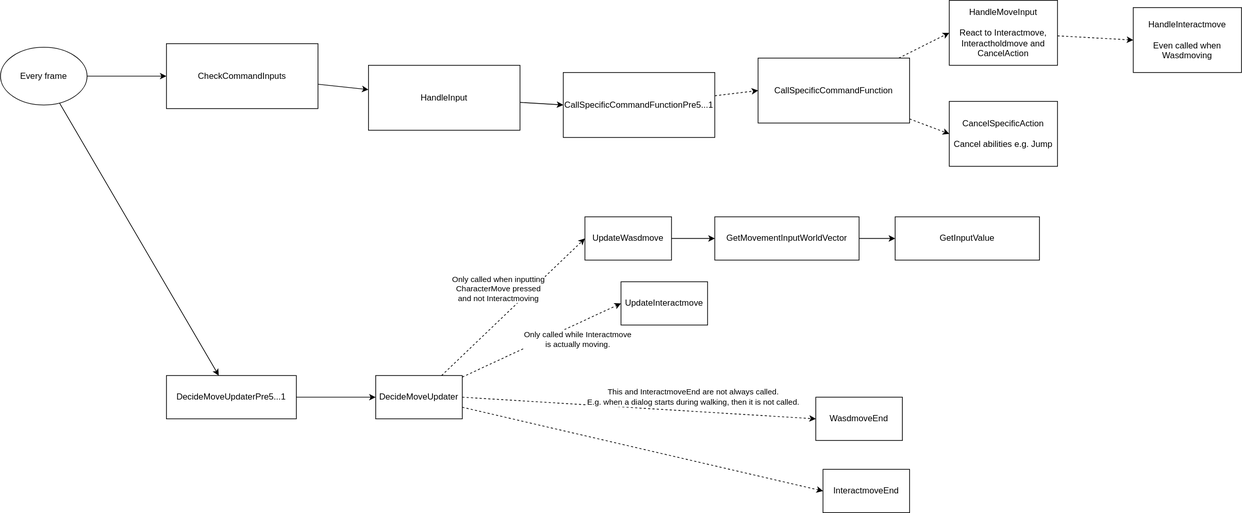
The draw.io diagram doc/input_program_flow.drawio.svg in Ch4nKyy/BG3WASD, before a commit. Source tidied: cells renumbered, new cells last; positions are measured from the earlier drawing's top-left corner, leaving out a move shared by most shapes. The source it was exported from:
```xml
<mxGraphModel>
  <root>
    <mxCell id="0" />
    <mxCell id="1" parent="0" />
    <mxCell id="2" style="edgeStyle=none;html=1;entryX=0;entryY=0.5;entryDx=0;entryDy=0;" parent="1" edge="1" source="3" target="32">
      <mxGeometry relative="1" as="geometry" />
    </mxCell>
    <mxCell id="3" value="UpdateWasdmove" style="rounded=0;whiteSpace=wrap;html=1;" parent="1" vertex="1">
      <mxGeometry x="810" y="300" width="120" height="60" as="geometry" />
    </mxCell>
    <mxCell id="4" value="UpdateInteractmove" style="rounded=0;whiteSpace=wrap;html=1;" parent="1" vertex="1">
      <mxGeometry x="860" y="390" width="120" height="60" as="geometry" />
    </mxCell>
    <mxCell id="5" value="Only called when inputting&lt;br&gt;CharacterMove pressed&lt;br&gt;and not Interactmoving" style="edgeStyle=none;html=1;entryX=0;entryY=0.5;entryDx=0;entryDy=0;dashed=1;" parent="1" edge="1" source="10" target="3">
      <mxGeometry x="0.02" y="32" relative="1" as="geometry" />
    </mxCell>
    <mxCell id="6" value="Only called while Interactmove&lt;br&gt;is actually moving." style="edgeStyle=none;html=1;entryX=0;entryY=0.5;entryDx=0;entryDy=0;dashed=1;" parent="1" edge="1" source="10" target="4">
      <mxGeometry x="0.38" y="-20" relative="1" as="geometry" />
    </mxCell>
    <mxCell id="7" style="edgeStyle=none;html=1;exitX=1;exitY=0.5;exitDx=0;exitDy=0;entryX=0;entryY=0.5;entryDx=0;entryDy=0;dashed=1;" parent="1" edge="1" source="10" target="18">
      <mxGeometry relative="1" as="geometry" />
    </mxCell>
    <mxCell id="8" value="This and InteractmoveEnd are not always called.&lt;br&gt;E.g. when a dialog starts during walking, then it is not called." style="edgeLabel;html=1;align=center;verticalAlign=middle;" parent="7" vertex="1">
      <mxGeometry x="0.37" y="-3" relative="1" as="geometry">
        <mxPoint x="-17" y="-24" as="offset" />
      </mxGeometry>
    </mxCell>
    <mxCell id="9" style="edgeStyle=none;html=1;entryX=0;entryY=0.5;entryDx=0;entryDy=0;dashed=1;" parent="1" edge="1" source="10" target="19">
      <mxGeometry relative="1" as="geometry" />
    </mxCell>
    <mxCell id="10" value="DecideMoveUpdater" style="rounded=0;whiteSpace=wrap;html=1;" parent="1" vertex="1">
      <mxGeometry x="520" y="520" width="120" height="60" as="geometry" />
    </mxCell>
    <mxCell id="11" style="edgeStyle=none;html=1;entryX=0;entryY=0.5;entryDx=0;entryDy=0;" parent="1" edge="1" source="12" target="10">
      <mxGeometry relative="1" as="geometry" />
    </mxCell>
    <mxCell id="12" value="DecideMoveUpdaterPre5...1" style="rounded=0;whiteSpace=wrap;html=1;" parent="1" vertex="1">
      <mxGeometry x="230" y="520" width="180" height="60" as="geometry" />
    </mxCell>
    <mxCell id="13" style="edgeStyle=none;html=1;" parent="1" edge="1" source="14" target="12">
      <mxGeometry relative="1" as="geometry" />
    </mxCell>
    <mxCell id="14" value="Every frame" style="ellipse;whiteSpace=wrap;html=1;" parent="1" vertex="1">
      <mxGeometry y="65" width="120" height="80" as="geometry" />
    </mxCell>
    <mxCell id="15" style="edgeStyle=none;html=1;entryX=0;entryY=0.5;entryDx=0;entryDy=0;exitX=1;exitY=0.5;exitDx=0;exitDy=0;" parent="1" edge="1" source="14" target="25">
      <mxGeometry relative="1" as="geometry" />
    </mxCell>
    <mxCell id="16" style="edgeStyle=none;html=1;entryX=0;entryY=0.5;entryDx=0;entryDy=0;dashed=1;" parent="1" edge="1" source="17" target="20">
      <mxGeometry relative="1" as="geometry" />
    </mxCell>
    <mxCell id="17" value="HandleMoveInput&lt;br&gt;&lt;br&gt;React to Interactmove, Interactholdmove and CancelAction" style="rounded=0;whiteSpace=wrap;html=1;" parent="1" vertex="1">
      <mxGeometry x="1315" width="150" height="90" as="geometry" />
    </mxCell>
    <mxCell id="18" value="WasdmoveEnd" style="rounded=0;whiteSpace=wrap;html=1;" parent="1" vertex="1">
      <mxGeometry x="1130" y="550" width="120" height="60" as="geometry" />
    </mxCell>
    <mxCell id="19" value="InteractmoveEnd" style="rounded=0;whiteSpace=wrap;html=1;" parent="1" vertex="1">
      <mxGeometry x="1140" y="650" width="120" height="60" as="geometry" />
    </mxCell>
    <mxCell id="20" value="HandleInteractmove&lt;br&gt;&lt;br&gt;Even called when Wasdmoving" style="rounded=0;whiteSpace=wrap;html=1;" parent="1" vertex="1">
      <mxGeometry x="1570" y="10" width="150" height="90" as="geometry" />
    </mxCell>
    <mxCell id="21" style="edgeStyle=none;html=1;entryX=0;entryY=0.5;entryDx=0;entryDy=0;dashed=1;" parent="1" edge="1" source="23" target="17">
      <mxGeometry relative="1" as="geometry" />
    </mxCell>
    <mxCell id="22" style="edgeStyle=none;html=1;dashed=1;entryX=0;entryY=0.5;entryDx=0;entryDy=0;" parent="1" edge="1" source="23" target="28">
      <mxGeometry relative="1" as="geometry" />
    </mxCell>
    <mxCell id="23" value="CallSpecificCommandFunction" style="rounded=0;whiteSpace=wrap;html=1;" parent="1" vertex="1">
      <mxGeometry x="1050" y="80" width="210" height="90" as="geometry" />
    </mxCell>
    <mxCell id="24" style="edgeStyle=none;html=1;" parent="1" edge="1" source="25" target="27">
      <mxGeometry relative="1" as="geometry" />
    </mxCell>
    <mxCell id="25" value="CheckCommandInputs" style="rounded=0;whiteSpace=wrap;html=1;" parent="1" vertex="1">
      <mxGeometry x="230" y="60" width="210" height="90" as="geometry" />
    </mxCell>
    <mxCell id="26" style="edgeStyle=none;html=1;entryX=0;entryY=0.5;entryDx=0;entryDy=0;" parent="1" edge="1" source="27" target="30">
      <mxGeometry relative="1" as="geometry" />
    </mxCell>
    <mxCell id="27" value="HandleInput" style="rounded=0;whiteSpace=wrap;html=1;" parent="1" vertex="1">
      <mxGeometry x="510" y="90" width="210" height="90" as="geometry" />
    </mxCell>
    <mxCell id="28" value="CancelSpecificAction&lt;br&gt;&lt;br&gt;Cancel abilities e.g. Jump" style="rounded=0;whiteSpace=wrap;html=1;" parent="1" vertex="1">
      <mxGeometry x="1315" y="140" width="150" height="90" as="geometry" />
    </mxCell>
    <mxCell id="29" style="edgeStyle=none;html=1;entryX=0;entryY=0.5;entryDx=0;entryDy=0;dashed=1;" parent="1" edge="1" source="30" target="23">
      <mxGeometry relative="1" as="geometry" />
    </mxCell>
    <mxCell id="30" value="CallSpecificCommandFunctionPre5...1" style="rounded=0;whiteSpace=wrap;html=1;" parent="1" vertex="1">
      <mxGeometry x="780" y="100" width="210" height="90" as="geometry" />
    </mxCell>
    <mxCell id="31" style="edgeStyle=none;html=1;exitX=1;exitY=0.5;exitDx=0;exitDy=0;entryX=0;entryY=0.5;entryDx=0;entryDy=0;" parent="1" edge="1" source="32" target="33">
      <mxGeometry relative="1" as="geometry" />
    </mxCell>
    <mxCell id="32" value="GetMovementInputWorldVector" style="rounded=0;whiteSpace=wrap;html=1;" parent="1" vertex="1">
      <mxGeometry x="990" y="300" width="200" height="60" as="geometry" />
    </mxCell>
    <mxCell id="33" value="GetInputValue" style="rounded=0;whiteSpace=wrap;html=1;" parent="1" vertex="1">
      <mxGeometry x="1240" y="300" width="200" height="60" as="geometry" />
    </mxCell>
  </root>
</mxGraphModel>
```
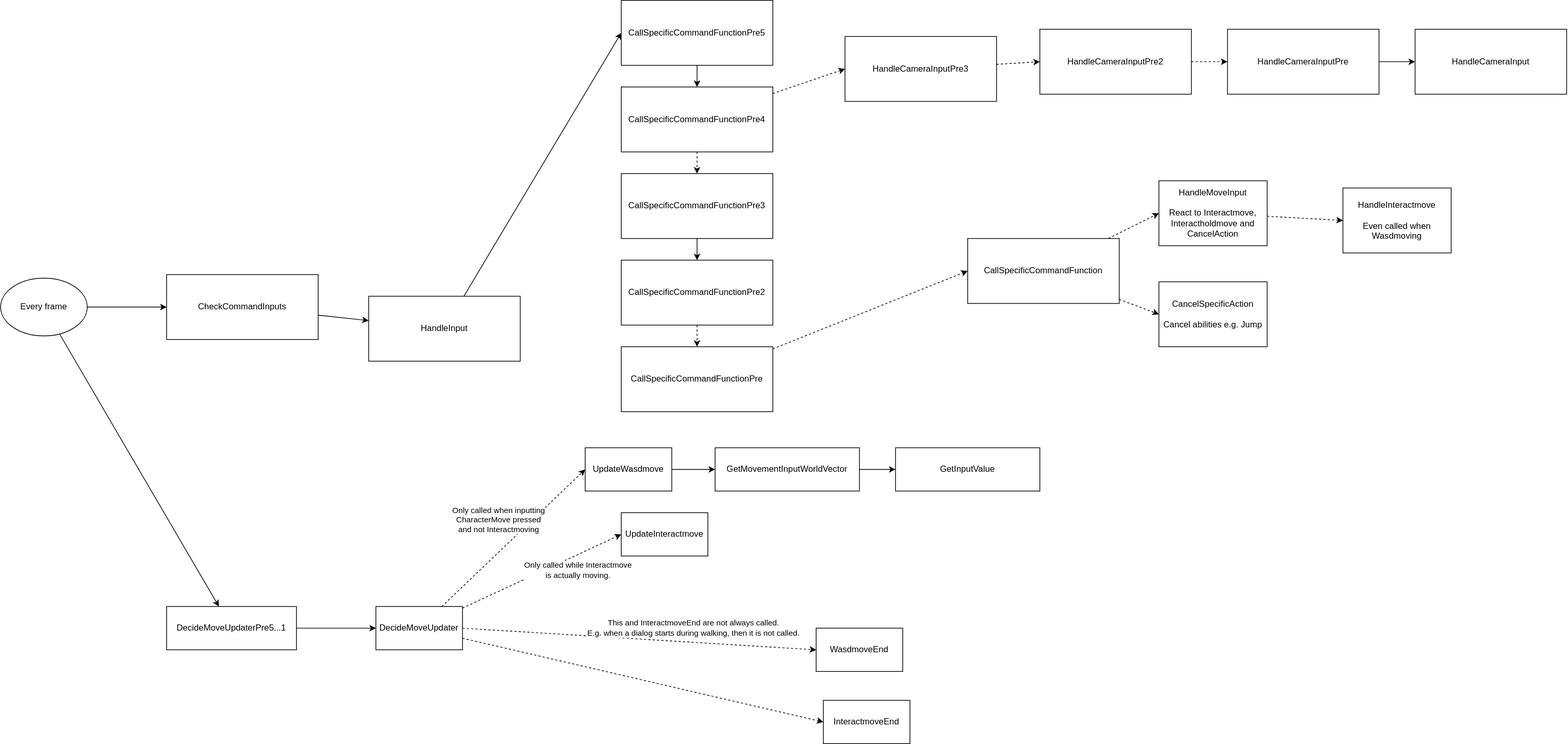
Later version of the same file.

Change to the diagram source:
```diff
@@ -50,7 +50,7 @@
       <mxGeometry relative="1" as="geometry" />
     </mxCell>
     <mxCell id="17" value="HandleMoveInput&lt;br&gt;&lt;br&gt;React to Interactmove, Interactholdmove and CancelAction" style="rounded=0;whiteSpace=wrap;html=1;" parent="1" vertex="1">
-      <mxGeometry x="1315" width="150" height="90" as="geometry" />
+      <mxGeometry x="1605" y="-70" width="150" height="90" as="geometry" />
     </mxCell>
     <mxCell id="18" value="WasdmoveEnd" style="rounded=0;whiteSpace=wrap;html=1;" parent="1" vertex="1">
       <mxGeometry x="1130" y="550" width="120" height="60" as="geometry" />
@@ -59,7 +59,7 @@
       <mxGeometry x="1140" y="650" width="120" height="60" as="geometry" />
     </mxCell>
     <mxCell id="20" value="HandleInteractmove&lt;br&gt;&lt;br&gt;Even called when Wasdmoving" style="rounded=0;whiteSpace=wrap;html=1;" parent="1" vertex="1">
-      <mxGeometry x="1570" y="10" width="150" height="90" as="geometry" />
+      <mxGeometry x="1860" y="-60" width="150" height="90" as="geometry" />
     </mxCell>
     <mxCell id="21" style="edgeStyle=none;html=1;entryX=0;entryY=0.5;entryDx=0;entryDy=0;dashed=1;" parent="1" edge="1" source="23" target="17">
       <mxGeometry relative="1" as="geometry" />
@@ -68,7 +68,7 @@
       <mxGeometry relative="1" as="geometry" />
     </mxCell>
     <mxCell id="23" value="CallSpecificCommandFunction" style="rounded=0;whiteSpace=wrap;html=1;" parent="1" vertex="1">
-      <mxGeometry x="1050" y="80" width="210" height="90" as="geometry" />
+      <mxGeometry x="1340" y="10" width="210" height="90" as="geometry" />
     </mxCell>
     <mxCell id="24" style="edgeStyle=none;html=1;" parent="1" edge="1" source="25" target="27">
       <mxGeometry relative="1" as="geometry" />
@@ -83,13 +83,13 @@
       <mxGeometry x="510" y="90" width="210" height="90" as="geometry" />
     </mxCell>
     <mxCell id="28" value="CancelSpecificAction&lt;br&gt;&lt;br&gt;Cancel abilities e.g. Jump" style="rounded=0;whiteSpace=wrap;html=1;" parent="1" vertex="1">
-      <mxGeometry x="1315" y="140" width="150" height="90" as="geometry" />
+      <mxGeometry x="1605" y="70" width="150" height="90" as="geometry" />
     </mxCell>
-    <mxCell id="29" style="edgeStyle=none;html=1;entryX=0;entryY=0.5;entryDx=0;entryDy=0;dashed=1;" parent="1" edge="1" source="30" target="23">
-      <mxGeometry relative="1" as="geometry" />
-    </mxCell>
+    <mxCell id="34" style="edgeStyle=none;html=1;entryX=0.5;entryY=0;entryDx=0;entryDy=0;" parent="1" edge="1" source="30" target="37">
+      <mxGeometry relative="1" as="geometry" />
+    </mxCell>
-    <mxCell id="30" value="CallSpecificCommandFunctionPre5...1" style="rounded=0;whiteSpace=wrap;html=1;" parent="1" vertex="1">
-      <mxGeometry x="780" y="100" width="210" height="90" as="geometry" />
+    <mxCell id="30" value="CallSpecificCommandFunctionPre5" style="rounded=0;whiteSpace=wrap;html=1;" parent="1" vertex="1">
+      <mxGeometry x="860" y="-320" width="210" height="90" as="geometry" />
     </mxCell>
     <mxCell id="31" style="edgeStyle=none;html=1;exitX=1;exitY=0.5;exitDx=0;exitDy=0;entryX=0;entryY=0.5;entryDx=0;entryDy=0;" parent="1" edge="1" source="32" target="33">
       <mxGeometry relative="1" as="geometry" />
@@ -100,5 +100,56 @@
     <mxCell id="33" value="GetInputValue" style="rounded=0;whiteSpace=wrap;html=1;" parent="1" vertex="1">
       <mxGeometry x="1240" y="300" width="200" height="60" as="geometry" />
     </mxCell>
+    <mxCell id="35" style="edgeStyle=none;html=1;entryX=0.5;entryY=0;entryDx=0;entryDy=0;dashed=1;" parent="1" edge="1" source="37" target="39">
+      <mxGeometry relative="1" as="geometry" />
+    </mxCell>
+    <mxCell id="36" style="edgeStyle=none;html=1;entryX=0;entryY=0.5;entryDx=0;entryDy=0;dashed=1;" parent="1" edge="1" source="37" target="45">
+      <mxGeometry relative="1" as="geometry" />
+    </mxCell>
+    <mxCell id="37" value="CallSpecificCommandFunctionPre4" style="rounded=0;whiteSpace=wrap;html=1;" parent="1" vertex="1">
+      <mxGeometry x="860" y="-200" width="210" height="90" as="geometry" />
+    </mxCell>
+    <mxCell id="38" style="edgeStyle=none;html=1;entryX=0.5;entryY=0;entryDx=0;entryDy=0;" parent="1" edge="1" source="39" target="41">
+      <mxGeometry relative="1" as="geometry" />
+    </mxCell>
+    <mxCell id="39" value="CallSpecificCommandFunctionPre3" style="rounded=0;whiteSpace=wrap;html=1;" parent="1" vertex="1">
+      <mxGeometry x="860" y="-80" width="210" height="90" as="geometry" />
+    </mxCell>
+    <mxCell id="40" style="edgeStyle=none;html=1;entryX=0.5;entryY=0;entryDx=0;entryDy=0;dashed=1;" parent="1" edge="1" source="41" target="43">
+      <mxGeometry relative="1" as="geometry" />
+    </mxCell>
+    <mxCell id="41" value="CallSpecificCommandFunctionPre2" style="rounded=0;whiteSpace=wrap;html=1;" parent="1" vertex="1">
+      <mxGeometry x="860" y="40" width="210" height="90" as="geometry" />
+    </mxCell>
+    <mxCell id="42" style="edgeStyle=none;html=1;entryX=0;entryY=0.5;entryDx=0;entryDy=0;dashed=1;" parent="1" edge="1" source="43" target="23">
+      <mxGeometry relative="1" as="geometry" />
+    </mxCell>
+    <mxCell id="43" value="CallSpecificCommandFunctionPre" style="rounded=0;whiteSpace=wrap;html=1;" parent="1" vertex="1">
+      <mxGeometry x="860" y="160" width="210" height="90" as="geometry" />
+    </mxCell>
+    <mxCell id="44" style="edgeStyle=none;html=1;entryX=0;entryY=0.5;entryDx=0;entryDy=0;dashed=1;" parent="1" edge="1" source="45" target="47">
+      <mxGeometry relative="1" as="geometry" />
+    </mxCell>
+    <mxCell id="45" value="HandleCameraInputPre3" style="rounded=0;whiteSpace=wrap;html=1;" parent="1" vertex="1">
+      <mxGeometry x="1170" y="-270" width="210" height="90" as="geometry" />
+    </mxCell>
+    <mxCell id="46" style="edgeStyle=none;html=1;entryX=0;entryY=0.5;entryDx=0;entryDy=0;dashed=1;" parent="1" edge="1" source="47" target="50">
+      <mxGeometry relative="1" as="geometry" />
+    </mxCell>
+    <mxCell id="47" value="HandleCameraInputPre2" style="rounded=0;whiteSpace=wrap;html=1;" parent="1" vertex="1">
+      <mxGeometry x="1440" y="-280" width="210" height="90" as="geometry" />
+    </mxCell>
+    <mxCell id="48" style="edgeStyle=none;html=1;entryX=0;entryY=0.5;entryDx=0;entryDy=0;strokeColor=none;" parent="1" edge="1" source="50" target="51">
+      <mxGeometry relative="1" as="geometry" />
+    </mxCell>
+    <mxCell id="49" style="edgeStyle=none;html=1;entryX=0;entryY=0.5;entryDx=0;entryDy=0;" parent="1" edge="1" source="50" target="51">
+      <mxGeometry relative="1" as="geometry" />
+    </mxCell>
+    <mxCell id="50" value="HandleCameraInputPre" style="rounded=0;whiteSpace=wrap;html=1;" parent="1" vertex="1">
+      <mxGeometry x="1700" y="-280" width="210" height="90" as="geometry" />
+    </mxCell>
+    <mxCell id="51" value="HandleCameraInput" style="rounded=0;whiteSpace=wrap;html=1;" parent="1" vertex="1">
+      <mxGeometry x="1960" y="-280" width="210" height="90" as="geometry" />
+    </mxCell>
   </root>
 </mxGraphModel>
```
